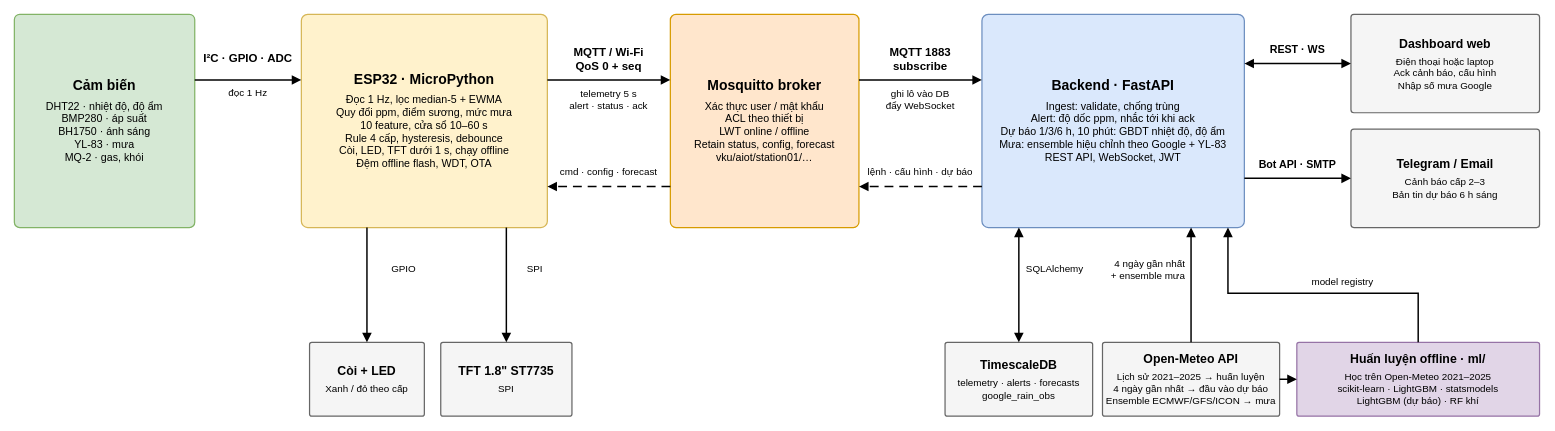
The draw.io diagram page "So do khoi he thong" (1 of 3) of docs/architecture/system_block_diagram.drawio in danhle396/pythonnhung, before the edit. Source tidied: cells renumbered, new cells numbered last; positions are measured from the earlier drawing's top-left corner, leaving out a move shared by most shapes. Both pictures are drawn from the tidied source at 82%, with x=0, y=0 at pixel (14, 14).
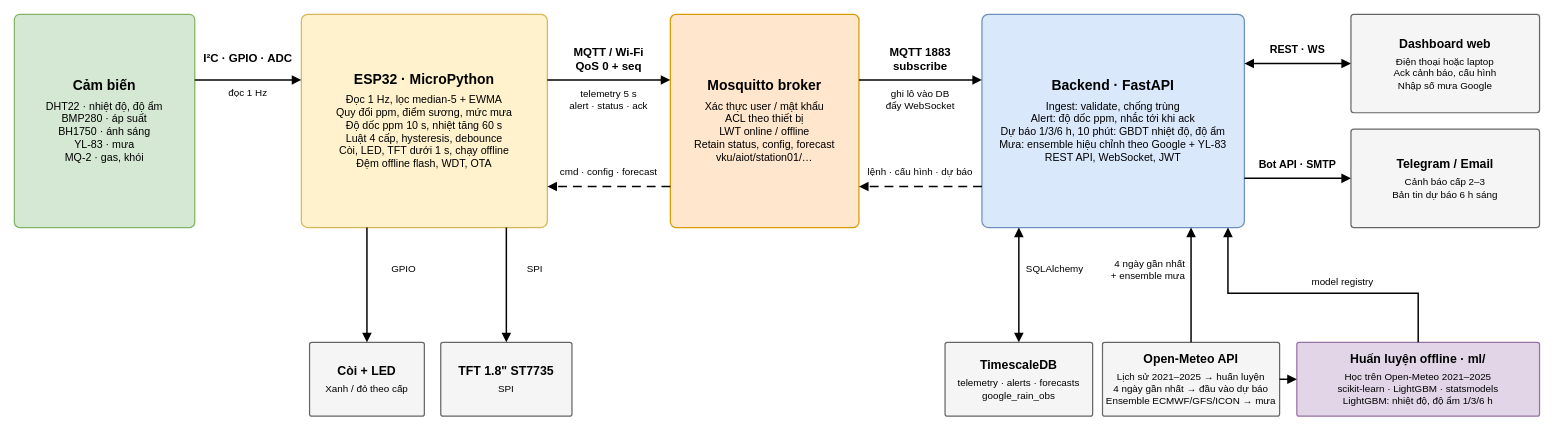
After the change.

What changed in the source:
```diff
@@
-    <mxCell id="3" value="&lt;b style=&quot;font-size:17px&quot;&gt;ESP32 · MicroPython&lt;/b&gt;&lt;br&gt;&lt;div style=&quot;height:6px&quot;&gt;&lt;/div&gt;&lt;span style=&quot;font-size:13px&quot;&gt;Đọc 1 Hz, lọc median-5 + EWMA&lt;br&gt;Quy đổi ppm, điểm sương, mức mưa&lt;br&gt;10 feature, cửa sổ 10–60 s&lt;br&gt;Rule 4 cấp, hysteresis, debounce&lt;br&gt;Còi, LED, TFT dưới 1 s, chạy offline&lt;br&gt;Đệm offline flash, WDT, OTA&lt;/span&gt;" style="rounded=1;arcSize=3;whiteSpace=wrap;html=1;fillColor=#fff2cc;strokeColor=#d6b656;strokeWidth=1.5;verticalAlign=middle;fontFamily=Helvetica;" parent="1" vertex="1">
+    <mxCell id="3" value="&lt;b style=&quot;font-size:17px&quot;&gt;ESP32 · MicroPython&lt;/b&gt;&lt;br&gt;&lt;div style=&quot;height:6px&quot;&gt;&lt;/div&gt;&lt;span style=&quot;font-size:13px&quot;&gt;Đọc 1 Hz, lọc median-5 + EWMA&lt;br&gt;Quy đổi ppm, điểm sương, mức mưa&lt;br&gt;Độ dốc ppm 10 s, nhiệt tăng 60 s&lt;br&gt;Luật 4 cấp, hysteresis, debounce&lt;br&gt;Còi, LED, TFT dưới 1 s, chạy offline&lt;br&gt;Đệm offline flash, WDT, OTA&lt;/span&gt;" style="rounded=1;arcSize=3;whiteSpace=wrap;html=1;fillColor=#fff2cc;strokeColor=#d6b656;strokeWidth=1.5;verticalAlign=middle;fontFamily=Helvetica;" parent="1" vertex="1">
       <mxGeometry x="350" width="300" height="260" as="geometry" />
     </mxCell>
@@
-    <mxCell id="33" value="&lt;b style=&quot;font-size:15px&quot;&gt;Huấn luyện offline · ml/&lt;/b&gt;&lt;br&gt;&lt;div style=&quot;height:6px&quot;&gt;&lt;/div&gt;&lt;span style=&quot;font-size:12px&quot;&gt;Học trên Open-Meteo 2021–2025&lt;br&gt;scikit-learn · LightGBM · statsmodels&lt;br&gt;LightGBM (dự báo) · RF khí&lt;/span&gt;" style="rounded=1;arcSize=3;whiteSpace=wrap;html=1;fillColor=#e1d5e7;strokeColor=#9673a6;strokeWidth=1.5;verticalAlign=middle;fontFamily=Helvetica;" parent="1" vertex="1">
+    <mxCell id="33" value="&lt;b style=&quot;font-size:15px&quot;&gt;Huấn luyện offline · ml/&lt;/b&gt;&lt;br&gt;&lt;div style=&quot;height:6px&quot;&gt;&lt;/div&gt;&lt;span style=&quot;font-size:12px&quot;&gt;Học trên Open-Meteo 2021–2025&lt;br&gt;scikit-learn · LightGBM · statsmodels&lt;br&gt;LightGBM: nhiệt độ, độ ẩm 1/3/6 h&lt;/span&gt;" style="rounded=1;arcSize=3;whiteSpace=wrap;html=1;fillColor=#e1d5e7;strokeColor=#9673a6;strokeWidth=1.5;verticalAlign=middle;fontFamily=Helvetica;" parent="1" vertex="1">
       <mxGeometry x="1564" y="400" width="296" height="90" as="geometry" />
     </mxCell>
```
